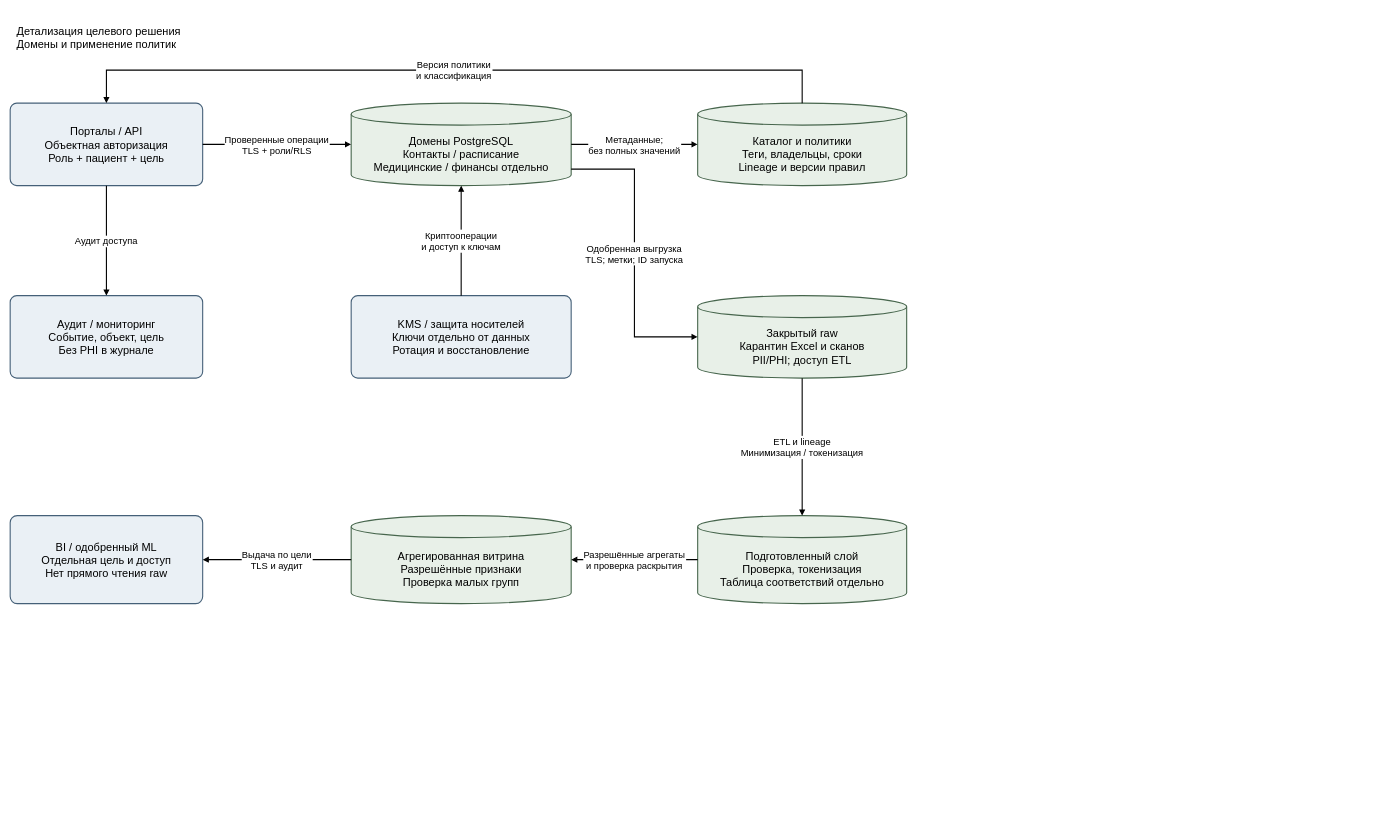
Daresana/architecture-medikamente keeps this draw.io diagram as page "Защитные блоки и аналитические зоны" (2 of 2) of Task2/Контекст C4.drawio. Above is the earlier version. Source tidied: cells renumbered, new cells numbered last; positions are measured from the earlier drawing's top-left corner, leaving out a move shared by most shapes. Both pictures are drawn from the tidied source at 55%, with x=0, y=0 at pixel (10, 9).
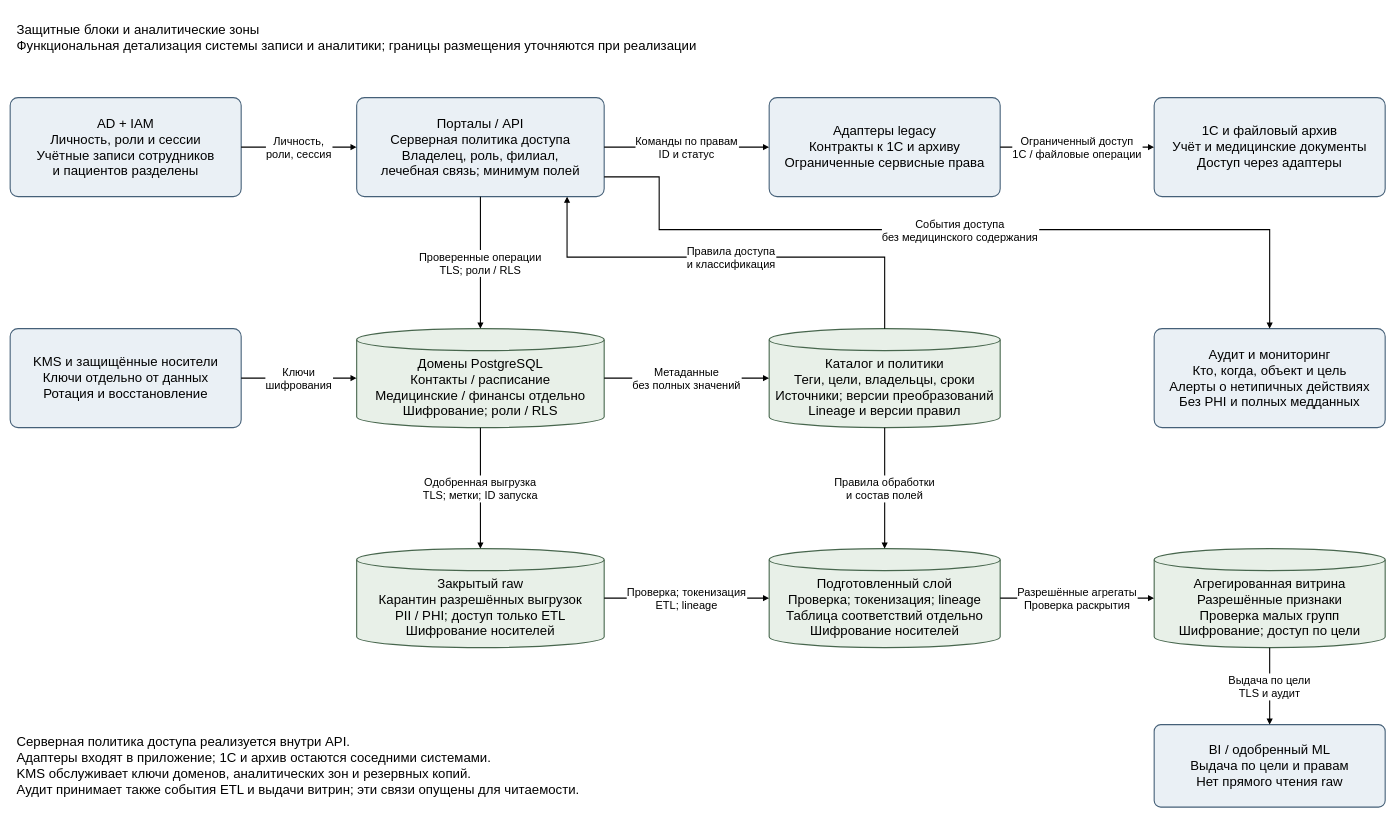
Above is the later version.

What changed in the source:
```diff
@@
-    <mxCell id="2" value="Детализация целевого решения&#10;Домены и применение политик" style="whiteSpace=wrap;html=0;fontSize=20;fontFamily=Arial;align=center;verticalAlign=middle;spacing=12;strokeWidth=2;shape=rectangle;strokeColor=none;fillColor=none;align=left;" parent="1" vertex="1">
-      <mxGeometry width="1640" height="100" as="geometry" />
+    <mxCell id="2" value="Защитные блоки и аналитические зоны&#10;Функциональная детализация системы записи и аналитики; границы размещения уточняются при реализации" style="whiteSpace=wrap;html=0;fontSize=24;fontFamily=Arial;align=center;verticalAlign=middle;spacing=12;strokeWidth=2;shape=rectangle;strokeColor=none;fillColor=none;align=left;" parent="1" vertex="1">
+      <mxGeometry width="2500" height="100" as="geometry" />
     </mxCell>
+    <mxCell id="21" value="AD + IAM&#10;Личность, роли и сессии&#10;Учётные записи сотрудников&#10;и пациентов разделены" style="whiteSpace=wrap;html=0;fontSize=24;fontFamily=Arial;align=center;verticalAlign=middle;spacing=12;strokeWidth=2;rounded=1;arcSize=8;fillColor=#eaf0f5;strokeColor=#456078;" parent="1" vertex="1">
+      <mxGeometry y="160" width="420" height="180" as="geometry" />
+    </mxCell>
-    <mxCell id="3" value="Порталы / API&#10;Объектная авторизация&#10;Роль + пациент + цель" style="whiteSpace=wrap;html=0;fontSize=20;fontFamily=Arial;align=center;verticalAlign=middle;spacing=12;strokeWidth=2;rounded=1;arcSize=8;fillColor=#eaf0f5;strokeColor=#456078;" parent="1" vertex="1">
-      <mxGeometry y="170" width="350" height="150" as="geometry" />
+    <mxCell id="3" value="Порталы / API&#10;Серверная политика доступа&#10;Владелец, роль, филиал,&#10;лечебная связь; минимум полей" style="whiteSpace=wrap;html=0;fontSize=24;fontFamily=Arial;align=center;verticalAlign=middle;spacing=12;strokeWidth=2;rounded=1;arcSize=8;fillColor=#eaf0f5;strokeColor=#456078;" parent="1" vertex="1">
+      <mxGeometry x="630" y="160" width="450" height="180" as="geometry" />
     </mxCell>
+    <mxCell id="22" value="Адаптеры legacy&#10;Контракты к 1С и архиву&#10;Ограниченные сервисные права" style="whiteSpace=wrap;html=0;fontSize=24;fontFamily=Arial;align=center;verticalAlign=middle;spacing=12;strokeWidth=2;rounded=1;arcSize=8;fillColor=#eaf0f5;strokeColor=#456078;" parent="1" vertex="1">
+      <mxGeometry x="1380" y="160" width="420" height="180" as="geometry" />
+    </mxCell>
+    <mxCell id="23" value="1С и файловый архив&#10;Учёт и медицинские документы&#10;Доступ через адаптеры" style="whiteSpace=wrap;html=0;fontSize=24;fontFamily=Arial;align=center;verticalAlign=middle;spacing=12;strokeWidth=2;rounded=1;arcSize=8;fillColor=#eaf0f5;strokeColor=#456078;" parent="1" vertex="1">
+      <mxGeometry x="2080" y="160" width="420" height="180" as="geometry" />
+    </mxCell>
+    <mxCell id="6" value="KMS и защищённые носители&#10;Ключи отдельно от данных&#10;Ротация и восстановление" style="whiteSpace=wrap;html=0;fontSize=24;fontFamily=Arial;align=center;verticalAlign=middle;spacing=12;strokeWidth=2;rounded=1;arcSize=8;fillColor=#eaf0f5;strokeColor=#456078;" parent="1" vertex="1">
+      <mxGeometry y="580" width="420" height="180" as="geometry" />
+    </mxCell>
-    <mxCell id="4" value="Домены PostgreSQL&#10;Контакты / расписание&#10;Медицинские / финансы отдельно" style="whiteSpace=wrap;html=0;fontSize=20;fontFamily=Arial;align=center;verticalAlign=middle;spacing=12;strokeWidth=2;shape=cylinder3;boundedLbl=1;size=20;fillColor=#e8f0e8;strokeColor=#47664d;" parent="1" vertex="1">
-      <mxGeometry x="620" y="170" width="400" height="150" as="geometry" />
+    <mxCell id="4" value="Домены PostgreSQL&#10;Контакты / расписание&#10;Медицинские / финансы отдельно&#10;Шифрование; роли / RLS" style="whiteSpace=wrap;html=0;fontSize=24;fontFamily=Arial;align=center;verticalAlign=middle;spacing=12;strokeWidth=2;shape=cylinder3;boundedLbl=1;size=20;fillColor=#e8f0e8;strokeColor=#47664d;" parent="1" vertex="1">
+      <mxGeometry x="630" y="580" width="450" height="180" as="geometry" />
     </mxCell>
-    <mxCell id="5" value="Каталог и политики&#10;Теги, владельцы, сроки&#10;Lineage и версии правил" style="whiteSpace=wrap;html=0;fontSize=20;fontFamily=Arial;align=center;verticalAlign=middle;spacing=12;strokeWidth=2;shape=cylinder3;boundedLbl=1;size=20;fillColor=#e8f0e8;strokeColor=#47664d;" parent="1" vertex="1">
-      <mxGeometry x="1250" y="170" width="380" height="150" as="geometry" />
+    <mxCell id="5" value="Каталог и политики&#10;Теги, цели, владельцы, сроки&#10;Источники; версии преобразований&#10;Lineage и версии правил" style="whiteSpace=wrap;html=0;fontSize=24;fontFamily=Arial;align=center;verticalAlign=middle;spacing=12;strokeWidth=2;shape=cylinder3;boundedLbl=1;size=20;fillColor=#e8f0e8;strokeColor=#47664d;" parent="1" vertex="1">
+      <mxGeometry x="1380" y="580" width="420" height="180" as="geometry" />
     </mxCell>
-    <mxCell id="6" value="KMS / защита носителей&#10;Ключи отдельно от данных&#10;Ротация и восстановление" style="whiteSpace=wrap;html=0;fontSize=20;fontFamily=Arial;align=center;verticalAlign=middle;spacing=12;strokeWidth=2;rounded=1;arcSize=8;fillColor=#eaf0f5;strokeColor=#456078;" parent="1" vertex="1">
-      <mxGeometry x="620" y="520" width="400" height="150" as="geometry" />
-    </mxCell>
-    <mxCell id="7" value="Аудит / мониторинг&#10;Событие, объект, цель&#10;Без PHI в журнале" style="whiteSpace=wrap;html=0;fontSize=20;fontFamily=Arial;align=center;verticalAlign=middle;spacing=12;strokeWidth=2;rounded=1;arcSize=8;fillColor=#eaf0f5;strokeColor=#456078;" parent="1" vertex="1">
-      <mxGeometry y="520" width="350" height="150" as="geometry" />
+    <mxCell id="7" value="Аудит и мониторинг&#10;Кто, когда, объект и цель&#10;Алерты о нетипичных действиях&#10;Без PHI и полных медданных" style="whiteSpace=wrap;html=0;fontSize=24;fontFamily=Arial;align=center;verticalAlign=middle;spacing=12;strokeWidth=2;rounded=1;arcSize=8;fillColor=#eaf0f5;strokeColor=#456078;" parent="1" vertex="1">
+      <mxGeometry x="2080" y="580" width="420" height="180" as="geometry" />
     </mxCell>
-    <mxCell id="8" value="Закрытый raw&#10;Карантин Excel и сканов&#10;PII/PHI; доступ ETL" style="whiteSpace=wrap;html=0;fontSize=20;fontFamily=Arial;align=center;verticalAlign=middle;spacing=12;strokeWidth=2;shape=cylinder3;boundedLbl=1;size=20;fillColor=#e8f0e8;strokeColor=#47664d;" parent="1" vertex="1">
-      <mxGeometry x="1250" y="520" width="380" height="150" as="geometry" />
+    <mxCell id="8" value="Закрытый raw&#10;Карантин разрешённых выгрузок&#10;PII / PHI; доступ только ETL&#10;Шифрование носителей" style="whiteSpace=wrap;html=0;fontSize=24;fontFamily=Arial;align=center;verticalAlign=middle;spacing=12;strokeWidth=2;shape=cylinder3;boundedLbl=1;size=20;fillColor=#e8f0e8;strokeColor=#47664d;" parent="1" vertex="1">
+      <mxGeometry x="630" y="980" width="450" height="180" as="geometry" />
     </mxCell>
-    <mxCell id="9" value="Подготовленный слой&#10;Проверка, токенизация&#10;Таблица соответствий отдельно" style="whiteSpace=wrap;html=0;fontSize=20;fontFamily=Arial;align=center;verticalAlign=middle;spacing=12;strokeWidth=2;shape=cylinder3;boundedLbl=1;size=20;fillColor=#e8f0e8;strokeColor=#47664d;" parent="1" vertex="1">
-      <mxGeometry x="1250" y="920" width="380" height="160" as="geometry" />
+    <mxCell id="9" value="Подготовленный слой&#10;Проверка; токенизация; lineage&#10;Таблица соответствий отдельно&#10;Шифрование носителей" style="whiteSpace=wrap;html=0;fontSize=24;fontFamily=Arial;align=center;verticalAlign=middle;spacing=12;strokeWidth=2;shape=cylinder3;boundedLbl=1;size=20;fillColor=#e8f0e8;strokeColor=#47664d;" parent="1" vertex="1">
+      <mxGeometry x="1380" y="980" width="420" height="180" as="geometry" />
     </mxCell>
-    <mxCell id="10" value="Агрегированная витрина&#10;Разрешённые признаки&#10;Проверка малых групп" style="whiteSpace=wrap;html=0;fontSize=20;fontFamily=Arial;align=center;verticalAlign=middle;spacing=12;strokeWidth=2;shape=cylinder3;boundedLbl=1;size=20;fillColor=#e8f0e8;strokeColor=#47664d;" parent="1" vertex="1">
-      <mxGeometry x="620" y="920" width="400" height="160" as="geometry" />
+    <mxCell id="10" value="Агрегированная витрина&#10;Разрешённые признаки&#10;Проверка малых групп&#10;Шифрование; доступ по цели" style="whiteSpace=wrap;html=0;fontSize=24;fontFamily=Arial;align=center;verticalAlign=middle;spacing=12;strokeWidth=2;shape=cylinder3;boundedLbl=1;size=20;fillColor=#e8f0e8;strokeColor=#47664d;" parent="1" vertex="1">
+      <mxGeometry x="2080" y="980" width="420" height="180" as="geometry" />
     </mxCell>
-    <mxCell id="11" value="BI / одобренный ML&#10;Отдельная цель и доступ&#10;Нет прямого чтения raw" style="whiteSpace=wrap;html=0;fontSize=20;fontFamily=Arial;align=center;verticalAlign=middle;spacing=12;strokeWidth=2;rounded=1;arcSize=8;fillColor=#eaf0f5;strokeColor=#456078;" parent="1" vertex="1">
-      <mxGeometry y="920" width="350" height="160" as="geometry" />
+    <mxCell id="11" value="BI / одобренный ML&#10;Выдача по цели и правам&#10;Нет прямого чтения raw" style="whiteSpace=wrap;html=0;fontSize=24;fontFamily=Arial;align=center;verticalAlign=middle;spacing=12;strokeWidth=2;rounded=1;arcSize=8;fillColor=#eaf0f5;strokeColor=#456078;" parent="1" vertex="1">
+      <mxGeometry x="2080" y="1300" width="420" height="150" as="geometry" />
     </mxCell>
+    <mxCell id="24" value="Серверная политика доступа реализуется внутри API.&#10;Адаптеры входят в приложение; 1С и архив остаются соседними системами.&#10;KMS обслуживает ключи доменов, аналитических зон и резервных копий.&#10;Аудит принимает также события ETL и выдачи витрин; эти связи опущены для читаемости." style="whiteSpace=wrap;html=0;fontSize=24;fontFamily=Arial;align=center;verticalAlign=middle;spacing=12;strokeWidth=2;shape=rectangle;strokeColor=none;fillColor=none;align=left;" parent="1" vertex="1">
+      <mxGeometry y="1270" width="1900" height="210" as="geometry" />
+    </mxCell>
+    <mxCell id="25" value="Личность,&#10;роли, сессия" style="edgeStyle=orthogonalEdgeStyle;rounded=0;html=0;endArrow=block;endFill=1;strokeWidth=2;fontSize=20;fontFamily=Arial;labelBackgroundColor=#ffffff;spacing=5;exitX=1;exitY=0.5;entryX=0;entryY=0.5;exitPerimeter=0;entryPerimeter=0;" parent="1" edge="1" source="21" target="3">
+      <mxGeometry relative="1" as="geometry" />
+    </mxCell>
+    <mxCell id="26" value="Команды по правам&#10;ID и статус" style="edgeStyle=orthogonalEdgeStyle;rounded=0;html=0;endArrow=block;endFill=1;strokeWidth=2;fontSize=20;fontFamily=Arial;labelBackgroundColor=#ffffff;spacing=5;exitX=1;exitY=0.5;entryX=0;entryY=0.5;exitPerimeter=0;entryPerimeter=0;" parent="1" edge="1" source="3" target="22">
+      <mxGeometry relative="1" as="geometry" />
+    </mxCell>
+    <mxCell id="27" value="Ограниченный доступ&#10;1С / файловые операции" style="edgeStyle=orthogonalEdgeStyle;rounded=0;html=0;endArrow=block;endFill=1;strokeWidth=2;fontSize=20;fontFamily=Arial;labelBackgroundColor=#ffffff;spacing=5;exitX=1;exitY=0.5;entryX=0;entryY=0.5;exitPerimeter=0;entryPerimeter=0;" parent="1" edge="1" source="22" target="23">
+      <mxGeometry relative="1" as="geometry" />
+    </mxCell>
-    <mxCell id="12" value="Проверенные операции&#10;TLS + роли/RLS" style="edgeStyle=orthogonalEdgeStyle;rounded=0;html=0;endArrow=block;endFill=1;strokeWidth=2;fontSize=17;labelBackgroundColor=#ffffff;spacing=5;exitX=1;exitY=0.5;entryX=0;entryY=0.5;exitPerimeter=0;entryPerimeter=0;" parent="1" edge="1" source="3" target="4">
+    <mxCell id="12" value="Проверенные операции&#10;TLS; роли / RLS" style="edgeStyle=orthogonalEdgeStyle;rounded=0;html=0;endArrow=block;endFill=1;strokeWidth=2;fontSize=20;fontFamily=Arial;labelBackgroundColor=#ffffff;spacing=5;exitX=0.5;exitY=1;entryX=0.5;entryY=0;exitPerimeter=0;entryPerimeter=0;" parent="1" edge="1" source="3" target="4">
       <mxGeometry relative="1" as="geometry" />
     </mxCell>
-    <mxCell id="13" value="Версия политики&#10;и классификация" style="edgeStyle=orthogonalEdgeStyle;rounded=0;html=0;endArrow=block;endFill=1;strokeWidth=2;fontSize=17;labelBackgroundColor=#ffffff;spacing=5;exitX=0.5;exitY=0;entryX=0.5;entryY=0;exitPerimeter=0;entryPerimeter=0;" parent="1" edge="1" source="5" target="3">
-      <mxGeometry relative="1" as="geometry">
-        <Array as="points">
-          <mxPoint x="1440" y="110" />
-          <mxPoint x="175" y="110" />
-        </Array>
-      </mxGeometry>
-    </mxCell>
-    <mxCell id="14" value="Метаданные;&#10;без полных значений" style="edgeStyle=orthogonalEdgeStyle;rounded=0;html=0;endArrow=block;endFill=1;strokeWidth=2;fontSize=17;labelBackgroundColor=#ffffff;spacing=5;exitX=1;exitY=0.5;entryX=0;entryY=0.5;exitPerimeter=0;entryPerimeter=0;" parent="1" edge="1" source="4" target="5">
-      <mxGeometry relative="1" as="geometry" />
-    </mxCell>
-    <mxCell id="15" value="Аудит доступа" style="edgeStyle=orthogonalEdgeStyle;rounded=0;html=0;endArrow=block;endFill=1;strokeWidth=2;fontSize=17;labelBackgroundColor=#ffffff;spacing=5;exitX=0.5;exitY=1;entryX=0.5;entryY=0;exitPerimeter=0;entryPerimeter=0;" parent="1" edge="1" source="3" target="7">
-      <mxGeometry relative="1" as="geometry" />
+    <mxCell id="15" value="События доступа&#10;без медицинского содержания" style="edgeStyle=orthogonalEdgeStyle;rounded=0;html=0;endArrow=block;endFill=1;strokeWidth=2;fontSize=20;fontFamily=Arial;labelBackgroundColor=#ffffff;spacing=5;exitX=1;exitY=0.8;entryX=0.5;entryY=0;exitPerimeter=0;entryPerimeter=0;" parent="1" edge="1" source="3" target="7">
+      <mxGeometry relative="1" as="geometry">
+        <Array as="points">
+          <mxPoint x="1180" y="304" />
+          <mxPoint x="1180" y="400" />
+          <mxPoint x="2290" y="400" />
+        </Array>
+      </mxGeometry>
     </mxCell>
-    <mxCell id="16" value="Криптооперации&#10;и доступ к ключам" style="edgeStyle=orthogonalEdgeStyle;rounded=0;html=0;endArrow=block;endFill=1;strokeWidth=2;fontSize=17;labelBackgroundColor=#ffffff;spacing=5;exitX=0.5;exitY=0;entryX=0.5;entryY=1;exitPerimeter=0;entryPerimeter=0;" parent="1" edge="1" source="6" target="4">
+    <mxCell id="16" value="Ключи&#10;шифрования" style="edgeStyle=orthogonalEdgeStyle;rounded=0;html=0;endArrow=block;endFill=1;strokeWidth=2;fontSize=20;fontFamily=Arial;labelBackgroundColor=#ffffff;spacing=5;exitX=1;exitY=0.5;entryX=0;entryY=0.5;exitPerimeter=0;entryPerimeter=0;" parent="1" edge="1" source="6" target="4">
       <mxGeometry relative="1" as="geometry" />
     </mxCell>
+    <mxCell id="14" value="Метаданные&#10;без полных значений" style="edgeStyle=orthogonalEdgeStyle;rounded=0;html=0;endArrow=block;endFill=1;strokeWidth=2;fontSize=20;fontFamily=Arial;labelBackgroundColor=#ffffff;spacing=5;exitX=1;exitY=0.5;entryX=0;entryY=0.5;exitPerimeter=0;entryPerimeter=0;" parent="1" edge="1" source="4" target="5">
+      <mxGeometry relative="1" as="geometry" />
+    </mxCell>
+    <mxCell id="13" value="Правила доступа&#10;и классификация" style="edgeStyle=orthogonalEdgeStyle;rounded=0;html=0;endArrow=block;endFill=1;strokeWidth=2;fontSize=20;fontFamily=Arial;labelBackgroundColor=#ffffff;spacing=5;exitX=0.5;exitY=0;entryX=0.85;entryY=1;exitPerimeter=0;entryPerimeter=0;" parent="1" edge="1" source="5" target="3">
+      <mxGeometry relative="1" as="geometry">
+        <Array as="points">
+          <mxPoint x="1590" y="450" />
+          <mxPoint x="1012.5" y="450" />
+        </Array>
+      </mxGeometry>
+    </mxCell>
-    <mxCell id="17" value="Одобренная выгрузка&#10;TLS; метки; ID запуска" style="edgeStyle=orthogonalEdgeStyle;rounded=0;html=0;endArrow=block;endFill=1;strokeWidth=2;fontSize=17;labelBackgroundColor=#ffffff;spacing=5;exitX=1;exitY=0.8;entryX=0;entryY=0.5;exitPerimeter=0;entryPerimeter=0;" parent="1" edge="1" source="4" target="8">
-      <mxGeometry relative="1" as="geometry">
-        <Array as="points">
-          <mxPoint x="1135" y="290" />
-          <mxPoint x="1135" y="595" />
-        </Array>
-      </mxGeometry>
+    <mxCell id="17" value="Одобренная выгрузка&#10;TLS; метки; ID запуска" style="edgeStyle=orthogonalEdgeStyle;rounded=0;html=0;endArrow=block;endFill=1;strokeWidth=2;fontSize=20;fontFamily=Arial;labelBackgroundColor=#ffffff;spacing=5;exitX=0.5;exitY=1;entryX=0.5;entryY=0;exitPerimeter=0;entryPerimeter=0;" parent="1" edge="1" source="4" target="8">
+      <mxGeometry relative="1" as="geometry" />
     </mxCell>
+    <mxCell id="28" value="Правила обработки&#10;и состав полей" style="edgeStyle=orthogonalEdgeStyle;rounded=0;html=0;endArrow=block;endFill=1;strokeWidth=2;fontSize=20;fontFamily=Arial;labelBackgroundColor=#ffffff;spacing=5;exitX=0.5;exitY=1;entryX=0.5;entryY=0;exitPerimeter=0;entryPerimeter=0;" parent="1" edge="1" source="5" target="9">
+      <mxGeometry relative="1" as="geometry" />
+    </mxCell>
-    <mxCell id="18" value="ETL и lineage&#10;Минимизация / токенизация" style="edgeStyle=orthogonalEdgeStyle;rounded=0;html=0;endArrow=block;endFill=1;strokeWidth=2;fontSize=17;labelBackgroundColor=#ffffff;spacing=5;exitX=0.5;exitY=1;entryX=0.5;entryY=0;exitPerimeter=0;entryPerimeter=0;" parent="1" edge="1" source="8" target="9">
+    <mxCell id="18" value="Проверка; токенизация&#10;ETL; lineage" style="edgeStyle=orthogonalEdgeStyle;rounded=0;html=0;endArrow=block;endFill=1;strokeWidth=2;fontSize=20;fontFamily=Arial;labelBackgroundColor=#ffffff;spacing=5;exitX=1;exitY=0.5;entryX=0;entryY=0.5;exitPerimeter=0;entryPerimeter=0;" parent="1" edge="1" source="8" target="9">
       <mxGeometry relative="1" as="geometry" />
     </mxCell>
-    <mxCell id="19" value="Разрешённые агрегаты&#10;и проверка раскрытия" style="edgeStyle=orthogonalEdgeStyle;rounded=0;html=0;endArrow=block;endFill=1;strokeWidth=2;fontSize=17;labelBackgroundColor=#ffffff;spacing=5;exitX=0;exitY=0.5;entryX=1;entryY=0.5;exitPerimeter=0;entryPerimeter=0;" parent="1" edge="1" source="9" target="10">
+    <mxCell id="19" value="Разрешённые агрегаты&#10;Проверка раскрытия" style="edgeStyle=orthogonalEdgeStyle;rounded=0;html=0;endArrow=block;endFill=1;strokeWidth=2;fontSize=20;fontFamily=Arial;labelBackgroundColor=#ffffff;spacing=5;exitX=1;exitY=0.5;entryX=0;entryY=0.5;exitPerimeter=0;entryPerimeter=0;" parent="1" edge="1" source="9" target="10">
       <mxGeometry relative="1" as="geometry" />
     </mxCell>
-    <mxCell id="20" value="Выдача по цели&#10;TLS и аудит" style="edgeStyle=orthogonalEdgeStyle;rounded=0;html=0;endArrow=block;endFill=1;strokeWidth=2;fontSize=17;labelBackgroundColor=#ffffff;spacing=5;exitX=0;exitY=0.5;entryX=1;entryY=0.5;exitPerimeter=0;entryPerimeter=0;" parent="1" edge="1" source="10" target="11">
+    <mxCell id="20" value="Выдача по цели&#10;TLS и аудит" style="edgeStyle=orthogonalEdgeStyle;rounded=0;html=0;endArrow=block;endFill=1;strokeWidth=2;fontSize=20;fontFamily=Arial;labelBackgroundColor=#ffffff;spacing=5;exitX=0.5;exitY=1;entryX=0.5;entryY=0;exitPerimeter=0;entryPerimeter=0;" parent="1" edge="1" source="10" target="11">
       <mxGeometry relative="1" as="geometry" />
     </mxCell>
```
